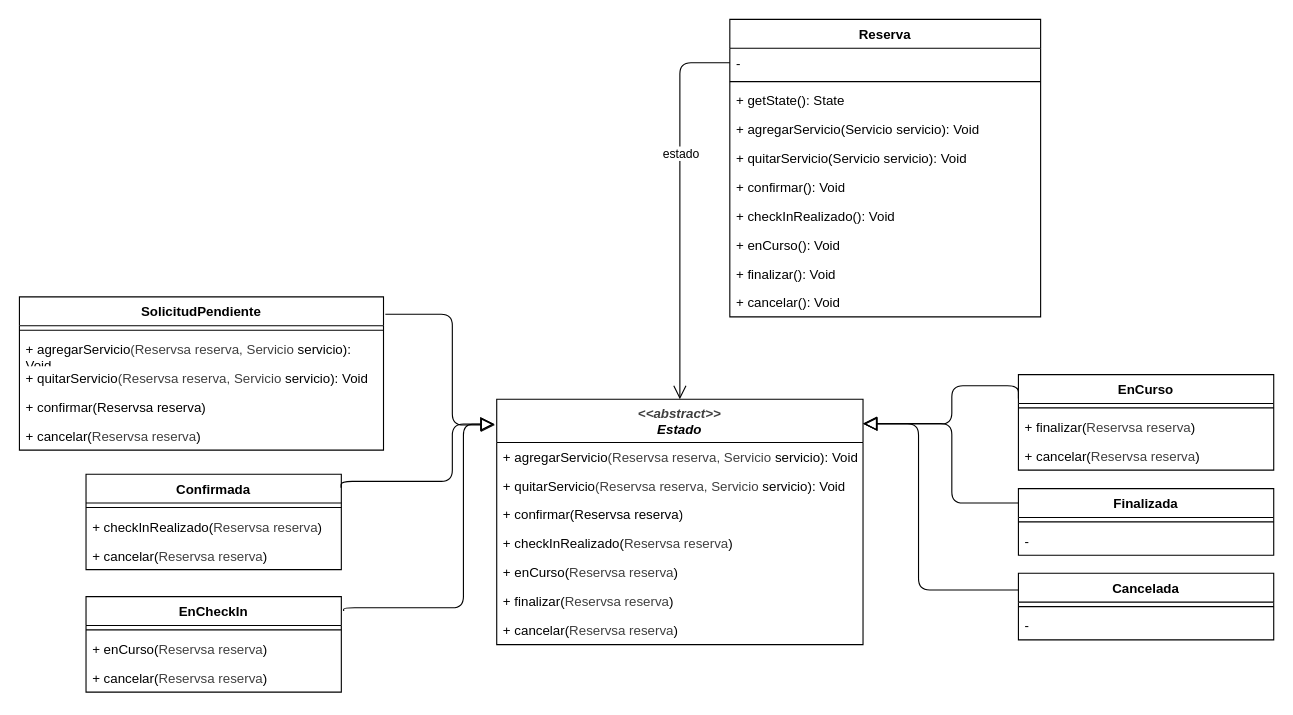
Before: 2.2CicloDeVida.drawio in Naxayy/UNQ_Travel, a draw.io diagram. Source tidied: cells renumbered, new cells numbered last; positions are measured from the earlier drawing's top-left corner, leaving out a move shared by most shapes. Both pictures are drawn from the tidied source at 111%, with x=0, y=0 at pixel (19, 19).
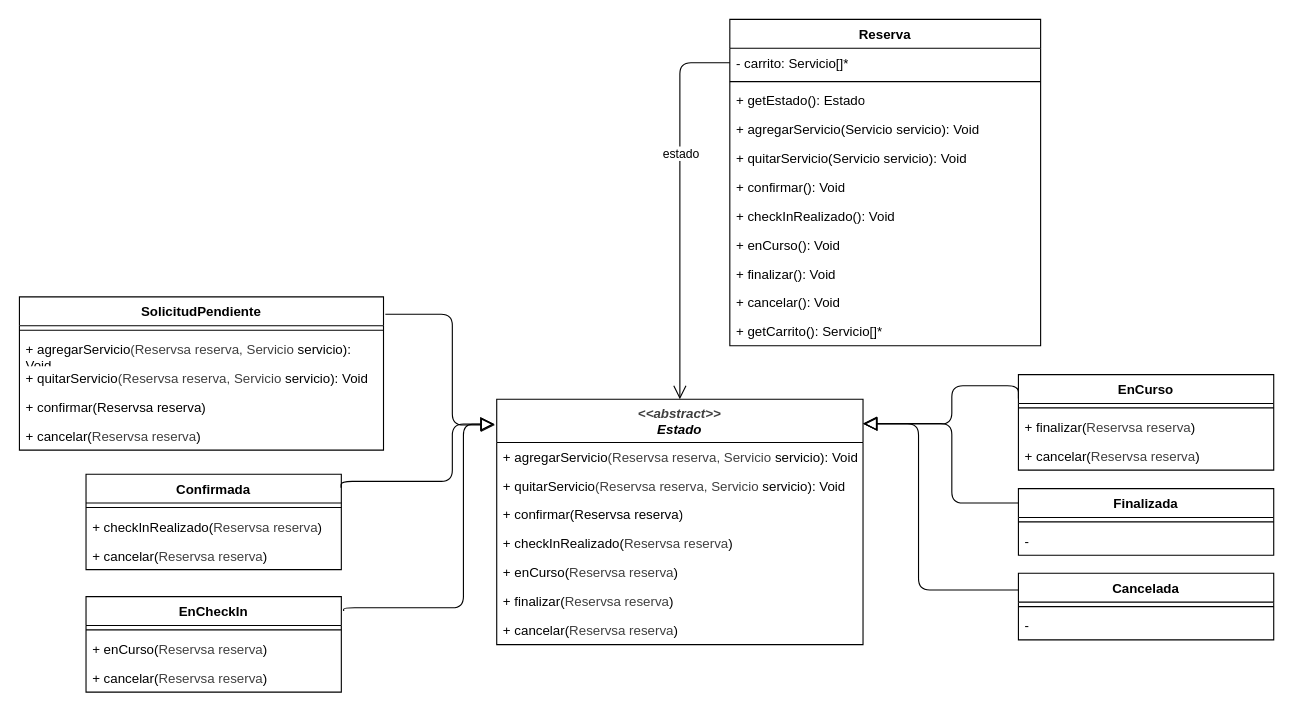
The same page after the edit.

Commit message (it also covers changes not shown here):
metodo getCarrito

What changed in the source:
```diff
@@
     <mxCell id="2" value="Reserva" style="swimlane;fontStyle=1;align=center;verticalAlign=top;horizontal=1;startSize=26;whiteSpace=wrap;html=1;strokeColor=default;swimlaneFillColor=default;fontFamily=Helvetica;fontSize=12;fontColor=default;fillColor=default;gradientColor=none;" parent="1" vertex="1">
-      <mxGeometry x="640" width="280" height="268" as="geometry" />
+      <mxGeometry x="640" width="280" height="294" as="geometry" />
     </mxCell>
-    <mxCell id="3" value="-" style="text;strokeColor=none;fillColor=none;align=left;verticalAlign=top;spacingLeft=4;spacingRight=4;overflow=hidden;points=[[0,0.5],[1,0.5]];portConstraint=eastwest;whiteSpace=wrap;html=1;" parent="2" vertex="1">
+    <mxCell id="3" value="- carrito: Servicio[]*" style="text;strokeColor=none;fillColor=none;align=left;verticalAlign=top;spacingLeft=4;spacingRight=4;overflow=hidden;points=[[0,0.5],[1,0.5]];portConstraint=eastwest;whiteSpace=wrap;html=1;" parent="2" vertex="1">
       <mxGeometry y="26" width="280" height="26" as="geometry" />
     </mxCell>
@@
-    <mxCell id="5" value="+ getState(): State" style="text;strokeColor=none;fillColor=none;align=left;verticalAlign=top;spacingLeft=4;spacingRight=4;overflow=hidden;whiteSpace=wrap;html=1;" parent="2" vertex="1">
+    <mxCell id="5" value="+ getEstado(): Estado" style="text;strokeColor=none;fillColor=none;align=left;verticalAlign=top;spacingLeft=4;spacingRight=4;overflow=hidden;whiteSpace=wrap;html=1;" parent="2" vertex="1">
       <mxGeometry y="60" width="280" height="26" as="geometry" />
     </mxCell>
@@
+    <mxCell id="53" value="+ getCarrito(): Servicio[]*" style="text;strokeColor=none;fillColor=none;align=left;verticalAlign=top;spacingLeft=4;spacingRight=4;overflow=hidden;whiteSpace=wrap;html=1;" parent="2" vertex="1">
+      <mxGeometry y="268" width="280" height="26" as="geometry" />
+    </mxCell>
```
